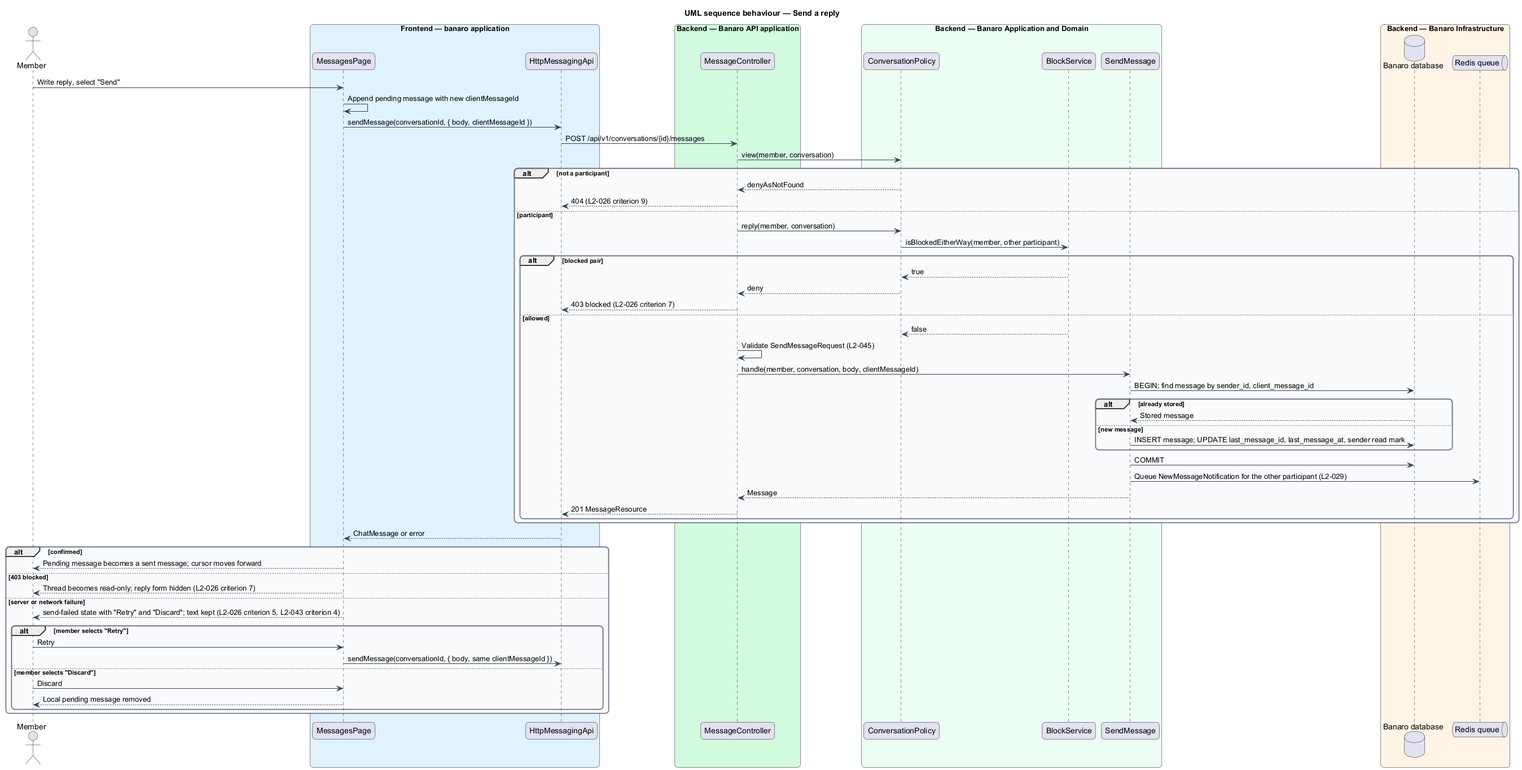
QuinntyneBrown/banaro keeps this PlantUML diagram as docs/detailed-designs/messaging/hold-conversations/diagrams/sequence-send-message.png. Above is the earlier version.
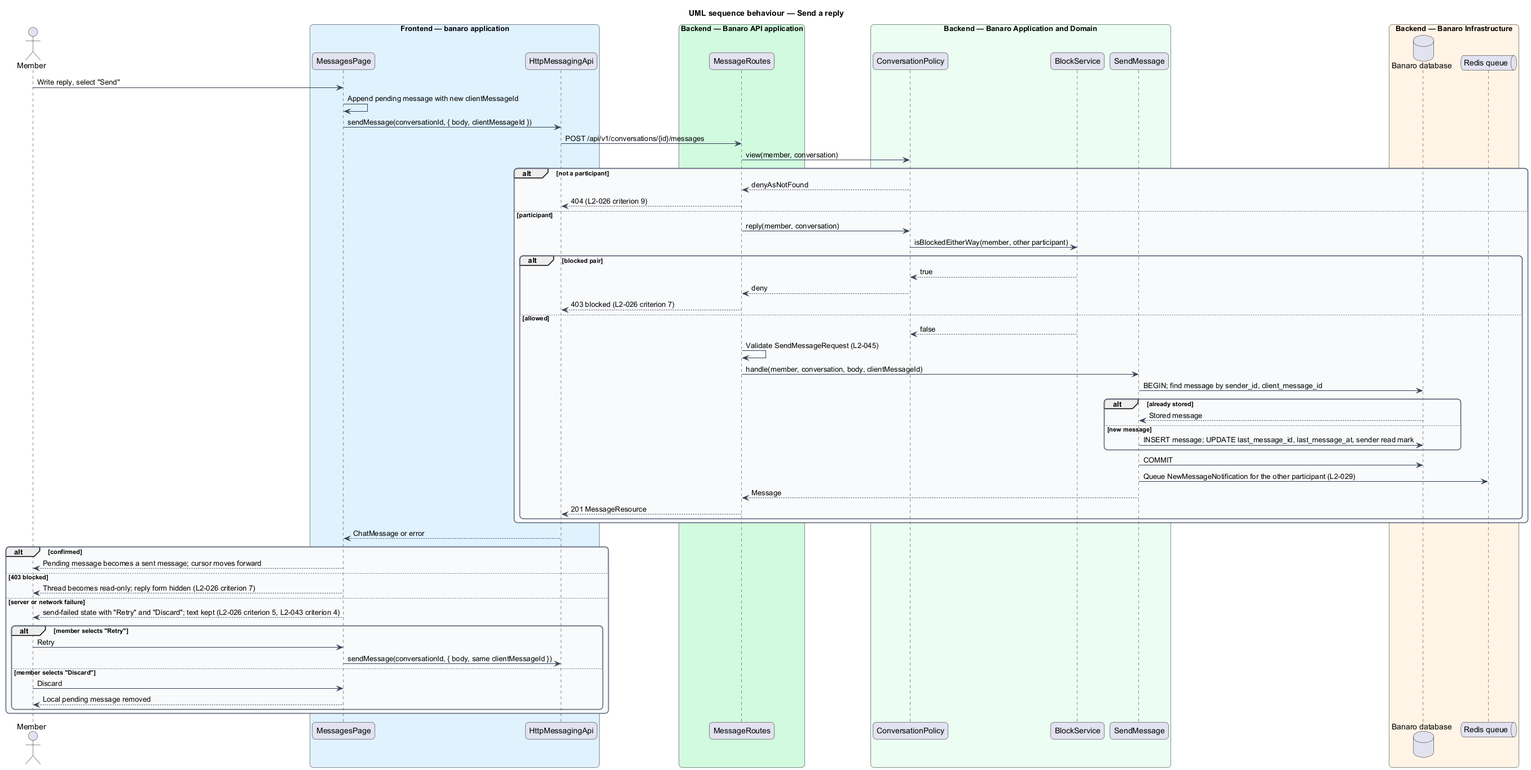
Later version of the same file.

Diff of the diagram source:
```diff
@@ -20,7 +20,7 @@
   participant "HttpMessagingApi" as client
 end box
 box "Backend — Banaro API application" #D1FADF
-  participant "MessageController" as controller
+  participant "MessageRoutes" as controller
 end box
 box "Backend — Banaro Application and Domain" #ECFDF3
   participant "ConversationPolicy" as policy
```
